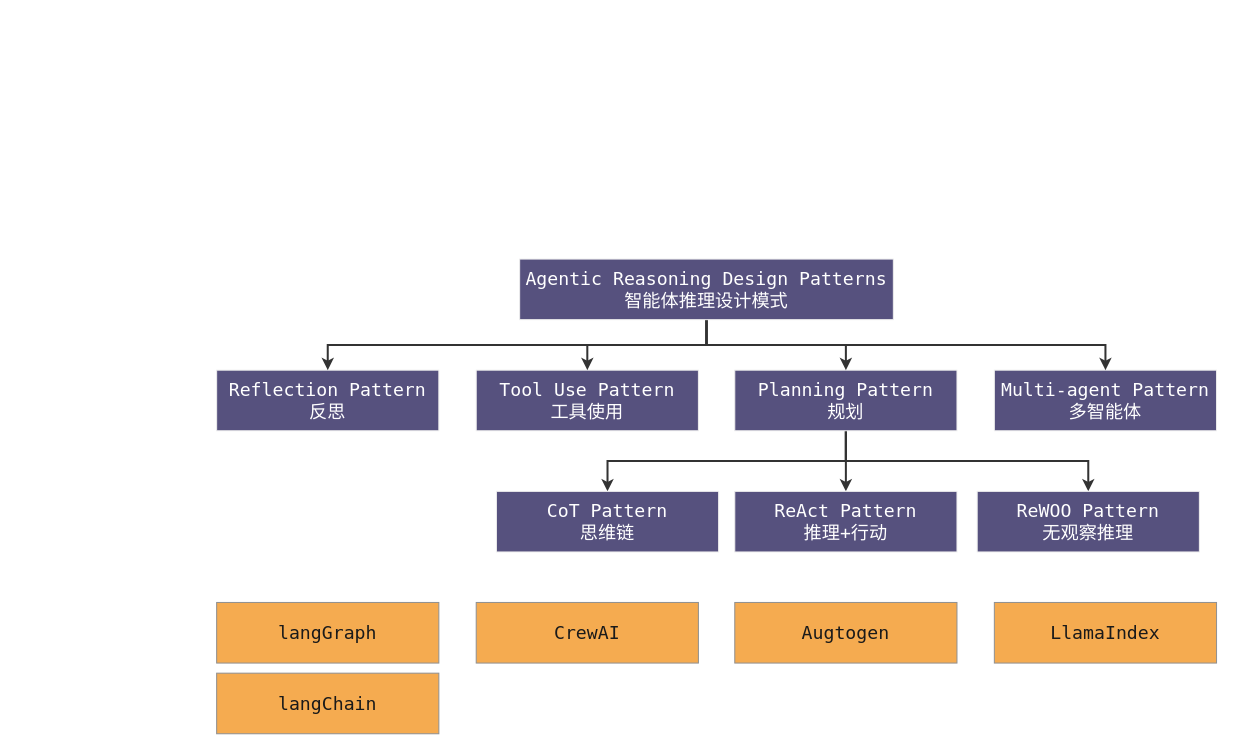
Before: drawio/Agentic Reasoning Design Patterns.drawio in feuyeux/hello-ai, a draw.io diagram. Source tidied: cells renumbered, new cells numbered last; positions are measured from the earlier drawing's top-left corner, leaving out a move shared by most shapes. Both pictures are drawn from the tidied source at 101%, with x=0, y=0 at pixel (216, 259).
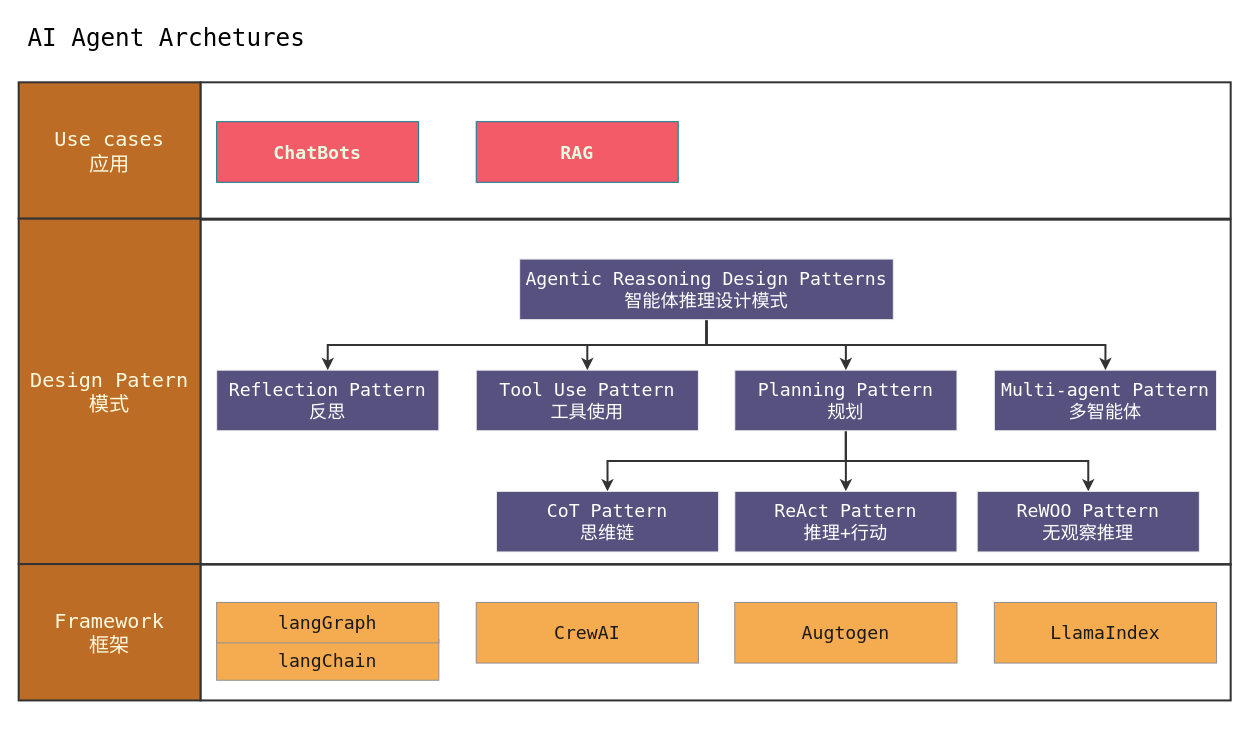
The same page after the edit.

The edit, as a diff of the source:
```diff
@@
+    <mxCell id="22" style="rounded=0;whiteSpace=wrap;html=1;fillColor=none;strokeWidth=2;strokeColor=#333333;" parent="1" vertex="1">
+      <mxGeometry x="-16" y="-175" width="1020" height="135" as="geometry" />
+    </mxCell>
+    <mxCell id="21" value="langChain" style="rounded=0;whiteSpace=wrap;labelBackgroundColor=none;fillColor=#F5AB50;strokeColor=#909090;fontColor=#1A1A1A;fontFamily=Monaco;fontSize=18;" parent="1" vertex="1">
+      <mxGeometry y="377" width="220" height="40" as="geometry" />
+    </mxCell>
@@
+    <mxCell id="18" value="CrewAI" style="rounded=0;whiteSpace=wrap;labelBackgroundColor=none;fillColor=#F5AB50;strokeColor=#909090;fontColor=#1A1A1A;fontFamily=Monaco;fontSize=18;" parent="1" vertex="1">
+      <mxGeometry x="257" y="340" width="220" height="60" as="geometry" />
+    </mxCell>
     <mxCell id="17" value="langGraph" style="rounded=0;whiteSpace=wrap;labelBackgroundColor=none;fillColor=#F5AB50;strokeColor=#909090;fontColor=#1A1A1A;fontFamily=Monaco;fontSize=18;" parent="1" vertex="1">
-      <mxGeometry y="340" width="220" height="60" as="geometry" />
+      <mxGeometry y="340" width="220" height="40" as="geometry" />
     </mxCell>
-    <mxCell id="18" value="CrewAI" style="rounded=0;whiteSpace=wrap;labelBackgroundColor=none;fillColor=#F5AB50;strokeColor=#909090;fontColor=#1A1A1A;fontFamily=Monaco;fontSize=18;" parent="1" vertex="1">
-      <mxGeometry x="257" y="340" width="220" height="60" as="geometry" />
-    </mxCell>
@@
-    <mxCell id="21" value="langChain" style="rounded=0;whiteSpace=wrap;labelBackgroundColor=none;fillColor=#F5AB50;strokeColor=#909090;fontColor=#1A1A1A;fontFamily=Monaco;fontSize=18;" parent="1" vertex="1">
-      <mxGeometry y="410" width="220" height="60" as="geometry" />
-    </mxCell>
+    <mxCell id="23" value="ChatBots" style="rounded=0;whiteSpace=wrap;html=1;hachureGap=4;fontFamily=Monaco;fontStyle=1;fontSize=18;labelBackgroundColor=none;fillColor=#F45B69;strokeColor=#028090;fontColor=#E4FDE1;" parent="1" vertex="1">
+      <mxGeometry y="-136" width="200" height="60" as="geometry" />
+    </mxCell>
+    <mxCell id="24" value="RAG" style="rounded=0;whiteSpace=wrap;html=1;hachureGap=4;fontFamily=Monaco;fontStyle=1;fontSize=18;labelBackgroundColor=none;fillColor=#F45B69;strokeColor=#028090;fontColor=#E4FDE1;" parent="1" vertex="1">
+      <mxGeometry x="257" y="-136" width="200" height="60" as="geometry" />
+    </mxCell>
+    <mxCell id="25" style="rounded=0;whiteSpace=wrap;html=1;fillColor=none;strokeWidth=2;strokeColor=#333333;" parent="1" vertex="1">
+      <mxGeometry x="-16" y="-39" width="1020" height="341.5" as="geometry" />
+    </mxCell>
+    <mxCell id="26" style="rounded=0;whiteSpace=wrap;html=1;fillColor=none;strokeWidth=2;strokeColor=#333333;" parent="1" vertex="1">
+      <mxGeometry x="-16" y="302" width="1020" height="135" as="geometry" />
+    </mxCell>
+    <mxCell id="27" value="Use cases&#10;应用" style="rounded=0;whiteSpace=wrap;strokeColor=#333333;fontColor=#FEFAE0;fillColor=#BC6C25;fontFamily=Monaco;fontSize=20;labelBackgroundColor=none;strokeWidth=2;" parent="1" vertex="1">
+      <mxGeometry x="-196" y="-175" width="180" height="135" as="geometry" />
+    </mxCell>
+    <mxCell id="28" value="Design Patern&lt;div&gt;模式&lt;/div&gt;" style="rounded=0;whiteSpace=wrap;html=1;strokeColor=#333333;fontColor=#FEFAE0;fillColor=#BC6C25;fontFamily=Monaco;fontSize=20;labelBackgroundColor=none;strokeWidth=2;" parent="1" vertex="1">
+      <mxGeometry x="-196" y="-40" width="180" height="342" as="geometry" />
+    </mxCell>
+    <mxCell id="29" value="Framework&lt;div&gt;框架&lt;/div&gt;" style="rounded=0;whiteSpace=wrap;html=1;strokeColor=#333333;fontColor=#FEFAE0;fillColor=#BC6C25;fontFamily=Monaco;fontSize=20;labelBackgroundColor=none;strokeWidth=2;" parent="1" vertex="1">
+      <mxGeometry x="-196" y="302" width="180" height="135" as="geometry" />
+    </mxCell>
+    <mxCell id="30" value="AI Agent Archetures" style="text;html=1;align=center;verticalAlign=middle;strokeColor=none;fillColor=none;fontSize=24;fontFamily=Monaco;" parent="1" vertex="1">
+      <mxGeometry x="-196" y="-239" width="292" height="41" as="geometry" />
+    </mxCell>
```
